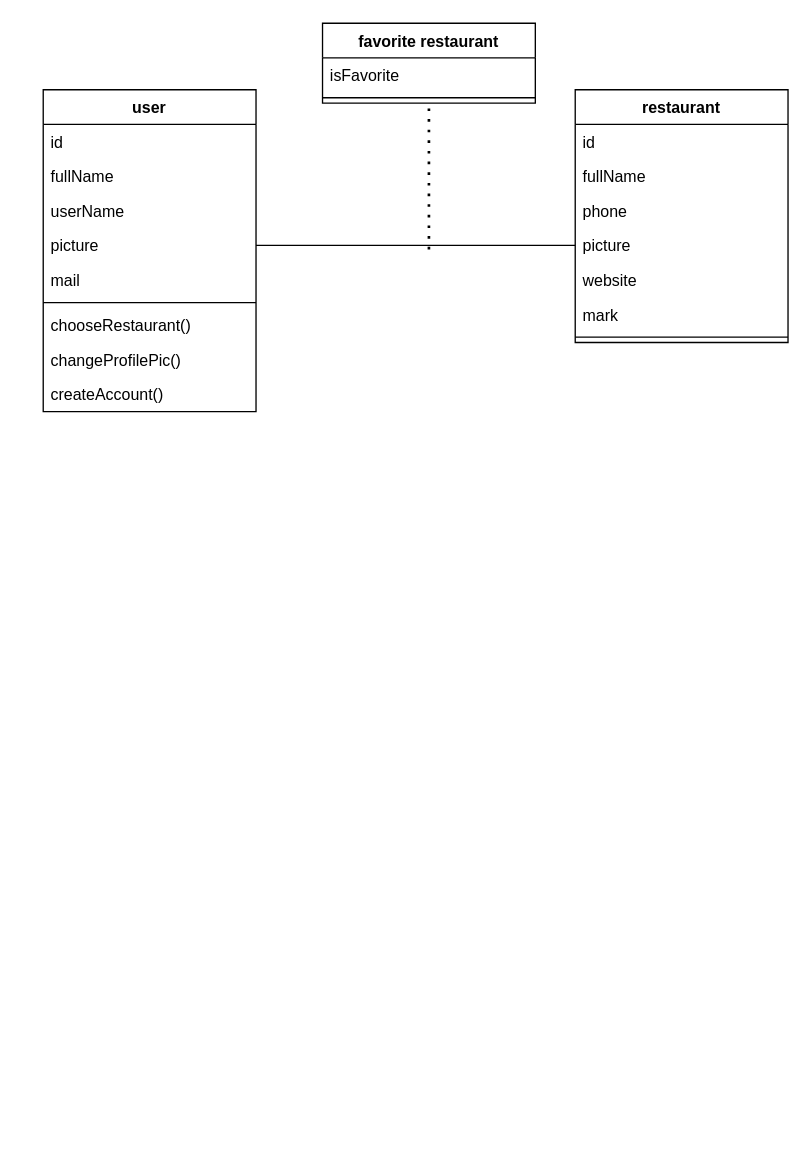
Above: diagram.drawio in YohannBe/GO4LUNCH (draw.io), before the change. Source tidied: cells renumbered, new cells numbered last; positions are measured from the earlier drawing's top-left corner, leaving out a move shared by most shapes. Both pictures are drawn from the tidied source at 133%, with x=0, y=0 at pixel (43, 23).
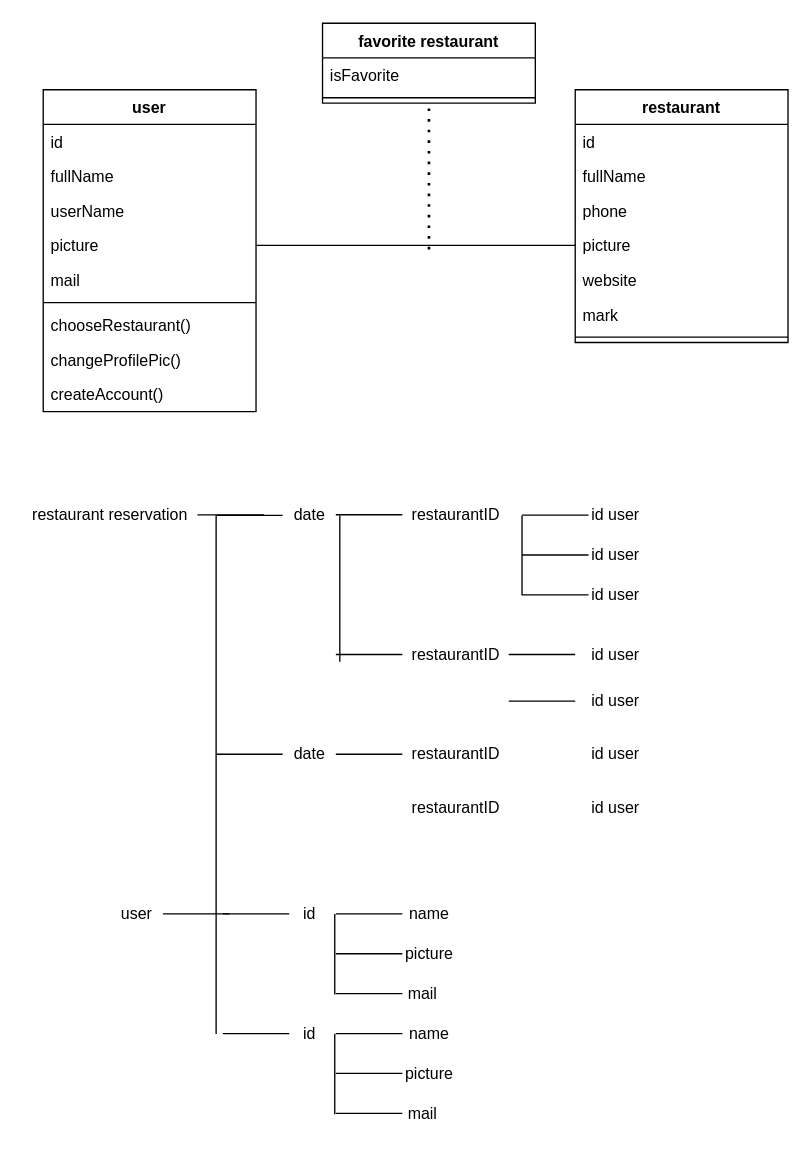
After the change.

What changed in the source:
```diff
@@
+    <mxCell id="25" value="restaurant reservation" style="text;html=1;align=center;verticalAlign=middle;strokeColor=none;" parent="1" vertex="1">
+      <mxGeometry x="-15" y="360" width="130" height="20" as="geometry" />
+    </mxCell>
+    <mxCell id="26" value="date" style="text;html=1;align=center;verticalAlign=middle;points=[];strokeColor=none;" parent="1" vertex="1">
+      <mxGeometry x="180" y="360" width="40" height="20" as="geometry" />
+    </mxCell>
+    <mxCell id="27" value="restaurantID" style="text;html=1;align=center;verticalAlign=middle;strokeColor=none;" parent="1" vertex="1">
+      <mxGeometry x="270" y="360" width="80" height="20" as="geometry" />
+    </mxCell>
+    <mxCell id="28" value="id user" style="text;html=1;align=center;verticalAlign=middle;strokeColor=none;" parent="1" vertex="1">
+      <mxGeometry x="405" y="360" width="50" height="20" as="geometry" />
+    </mxCell>
+    <mxCell id="29" value="id user" style="text;html=1;align=center;verticalAlign=middle;strokeColor=none;" parent="1" vertex="1">
+      <mxGeometry x="405" y="390" width="50" height="20" as="geometry" />
+    </mxCell>
+    <mxCell id="30" value="id user" style="text;html=1;align=center;verticalAlign=middle;strokeColor=none;" parent="1" vertex="1">
+      <mxGeometry x="405" y="420" width="50" height="20" as="geometry" />
+    </mxCell>
+    <mxCell id="31" value="restaurantID" style="text;html=1;align=center;verticalAlign=middle;strokeColor=none;" parent="1" vertex="1">
+      <mxGeometry x="270" y="465" width="80" height="20" as="geometry" />
+    </mxCell>
+    <mxCell id="32" value="id user" style="text;html=1;align=center;verticalAlign=middle;strokeColor=none;" parent="1" vertex="1">
+      <mxGeometry x="405" y="465" width="50" height="20" as="geometry" />
+    </mxCell>
+    <mxCell id="33" value="id user" style="text;html=1;align=center;verticalAlign=middle;strokeColor=none;" parent="1" vertex="1">
+      <mxGeometry x="405" y="500" width="50" height="20" as="geometry" />
+    </mxCell>
+    <mxCell id="34" value="date" style="text;html=1;align=center;verticalAlign=middle;strokeColor=none;" parent="1" vertex="1">
+      <mxGeometry x="180" y="540" width="40" height="20" as="geometry" />
+    </mxCell>
+    <mxCell id="35" value="restaurantID" style="text;html=1;align=center;verticalAlign=middle;strokeColor=none;" parent="1" vertex="1">
+      <mxGeometry x="270" y="540" width="80" height="20" as="geometry" />
+    </mxCell>
+    <mxCell id="36" value="id user" style="text;html=1;align=center;verticalAlign=middle;strokeColor=none;" parent="1" vertex="1">
+      <mxGeometry x="405" y="540" width="50" height="20" as="geometry" />
+    </mxCell>
+    <mxCell id="37" value="restaurantID" style="text;html=1;align=center;verticalAlign=middle;strokeColor=none;" parent="1" vertex="1">
+      <mxGeometry x="270" y="580" width="80" height="20" as="geometry" />
+    </mxCell>
+    <mxCell id="38" value="id user" style="text;html=1;align=center;verticalAlign=middle;strokeColor=none;" parent="1" vertex="1">
+      <mxGeometry x="405" y="580" width="50" height="20" as="geometry" />
+    </mxCell>
+    <mxCell id="39" value="user" style="text;html=1;align=center;verticalAlign=middle;strokeColor=none;" parent="1" vertex="1">
+      <mxGeometry x="50" y="660" width="40" height="20" as="geometry" />
+    </mxCell>
+    <mxCell id="40" style="endArrow=none;html=1;" parent="1" edge="1" source="26">
+      <mxGeometry relative="1" as="geometry">
+        <mxPoint x="130" y="370" as="targetPoint" />
+      </mxGeometry>
+    </mxCell>
+    <mxCell id="41" style="endArrow=none;html=1;" parent="1" edge="1">
+      <mxGeometry relative="1" as="geometry">
+        <mxPoint x="270" y="369.5" as="sourcePoint" />
+        <mxPoint x="220" y="369.5" as="targetPoint" />
+      </mxGeometry>
+    </mxCell>
+    <mxCell id="42" style="endArrow=none;html=1;" parent="1" edge="1">
+      <mxGeometry relative="1" as="geometry">
+        <mxPoint x="410" y="369.8" as="sourcePoint" />
+        <mxPoint x="360" y="369.8" as="targetPoint" />
+      </mxGeometry>
+    </mxCell>
+    <mxCell id="43" style="endArrow=none;html=1;" parent="1" edge="1">
+      <mxGeometry relative="1" as="geometry">
+        <mxPoint x="360" y="430" as="sourcePoint" />
+        <mxPoint x="360" y="370" as="targetPoint" />
+      </mxGeometry>
+    </mxCell>
+    <mxCell id="44" style="endArrow=none;html=1;" parent="1" edge="1">
+      <mxGeometry relative="1" as="geometry">
+        <mxPoint x="410" y="399.8" as="sourcePoint" />
+        <mxPoint x="360" y="399.8" as="targetPoint" />
+      </mxGeometry>
+    </mxCell>
+    <mxCell id="45" style="endArrow=none;html=1;" parent="1" edge="1">
+      <mxGeometry relative="1" as="geometry">
+        <mxPoint x="410" y="429.8" as="sourcePoint" />
+        <mxPoint x="360" y="429.8" as="targetPoint" />
+      </mxGeometry>
+    </mxCell>
+    <mxCell id="46" style="endArrow=none;html=1;" parent="1" edge="1">
+      <mxGeometry relative="1" as="geometry">
+        <mxPoint x="130" y="760" as="sourcePoint" />
+        <mxPoint x="130" y="370" as="targetPoint" />
+      </mxGeometry>
+    </mxCell>
+    <mxCell id="47" style="endArrow=none;html=1;" parent="1" edge="1">
+      <mxGeometry relative="1" as="geometry">
+        <mxPoint x="180" y="549.6" as="sourcePoint" />
+        <mxPoint x="130" y="549.6" as="targetPoint" />
+      </mxGeometry>
+    </mxCell>
+    <mxCell id="48" style="endArrow=none;html=1;" parent="1" edge="1">
+      <mxGeometry relative="1" as="geometry">
+        <mxPoint x="270" y="549.6" as="sourcePoint" />
+        <mxPoint x="220" y="549.6" as="targetPoint" />
+      </mxGeometry>
+    </mxCell>
+    <mxCell id="49" style="endArrow=none;html=1;entryX=1.075;entryY=0.508;entryDx=0;entryDy=0;entryPerimeter=0;" parent="1" edge="1" target="26">
+      <mxGeometry relative="1" as="geometry">
+        <mxPoint x="223" y="480" as="sourcePoint" />
+      </mxGeometry>
+    </mxCell>
+    <mxCell id="50" style="endArrow=none;html=1;" parent="1" edge="1">
+      <mxGeometry relative="1" as="geometry">
+        <mxPoint x="270" y="474.6" as="sourcePoint" />
+        <mxPoint x="220" y="474.6" as="targetPoint" />
+      </mxGeometry>
+    </mxCell>
+    <mxCell id="51" style="endArrow=none;html=1;" parent="1" edge="1">
+      <mxGeometry relative="1" as="geometry">
+        <mxPoint x="400" y="474.6" as="sourcePoint" />
+        <mxPoint x="350" y="474.6" as="targetPoint" />
+      </mxGeometry>
+    </mxCell>
+    <mxCell id="52" style="endArrow=none;html=1;" parent="1" edge="1">
+      <mxGeometry relative="1" as="geometry">
+        <mxPoint x="400" y="509.6" as="sourcePoint" />
+        <mxPoint x="350" y="509.6" as="targetPoint" />
+      </mxGeometry>
+    </mxCell>
+    <mxCell id="53" value="id" style="text;html=1;align=center;verticalAlign=middle;strokeColor=none;" parent="1" vertex="1">
+      <mxGeometry x="185" y="660" width="30" height="20" as="geometry" />
+    </mxCell>
+    <mxCell id="54" value="id" style="text;html=1;align=center;verticalAlign=middle;strokeColor=none;" parent="1" vertex="1">
+      <mxGeometry x="185" y="750" width="30" height="20" as="geometry" />
+    </mxCell>
+    <mxCell id="55" value="name" style="text;html=1;align=center;verticalAlign=middle;strokeColor=none;" parent="1" vertex="1">
+      <mxGeometry x="265" y="660" width="50" height="20" as="geometry" />
+    </mxCell>
+    <mxCell id="56" value="picture" style="text;html=1;align=center;verticalAlign=middle;strokeColor=none;" parent="1" vertex="1">
+      <mxGeometry x="265" y="690" width="50" height="20" as="geometry" />
+    </mxCell>
+    <mxCell id="57" value="mail" style="text;html=1;align=center;verticalAlign=middle;strokeColor=none;" parent="1" vertex="1">
+      <mxGeometry x="265" y="720" width="40" height="20" as="geometry" />
+    </mxCell>
+    <mxCell id="58" value="name" style="text;html=1;align=center;verticalAlign=middle;strokeColor=none;" parent="1" vertex="1">
+      <mxGeometry x="265" y="750" width="50" height="20" as="geometry" />
+    </mxCell>
+    <mxCell id="59" value="picture" style="text;html=1;align=center;verticalAlign=middle;strokeColor=none;" parent="1" vertex="1">
+      <mxGeometry x="265" y="780" width="50" height="20" as="geometry" />
+    </mxCell>
+    <mxCell id="60" value="mail" style="text;html=1;align=center;verticalAlign=middle;strokeColor=none;" parent="1" vertex="1">
+      <mxGeometry x="265" y="810" width="40" height="20" as="geometry" />
+    </mxCell>
+    <mxCell id="61" style="endArrow=none;html=1;" parent="1" edge="1">
+      <mxGeometry relative="1" as="geometry">
+        <mxPoint x="185" y="669.6" as="sourcePoint" />
+        <mxPoint x="135" y="669.6" as="targetPoint" />
+      </mxGeometry>
+    </mxCell>
+    <mxCell id="62" style="endArrow=none;html=1;" parent="1" edge="1">
+      <mxGeometry relative="1" as="geometry">
+        <mxPoint x="185" y="759.6" as="sourcePoint" />
+        <mxPoint x="135" y="759.6" as="targetPoint" />
+      </mxGeometry>
+    </mxCell>
+    <mxCell id="63" style="endArrow=none;html=1;" parent="1" edge="1">
+      <mxGeometry relative="1" as="geometry">
+        <mxPoint x="270" y="669.6" as="sourcePoint" />
+        <mxPoint x="220" y="669.6" as="targetPoint" />
+      </mxGeometry>
+    </mxCell>
+    <mxCell id="64" style="endArrow=none;html=1;" parent="1" edge="1">
+      <mxGeometry relative="1" as="geometry">
+        <mxPoint x="270" y="699.6" as="sourcePoint" />
+        <mxPoint x="220" y="699.6" as="targetPoint" />
+      </mxGeometry>
+    </mxCell>
+    <mxCell id="65" style="endArrow=none;html=1;" parent="1" edge="1">
+      <mxGeometry relative="1" as="geometry">
+        <mxPoint x="270" y="729.6" as="sourcePoint" />
+        <mxPoint x="220" y="729.6" as="targetPoint" />
+      </mxGeometry>
+    </mxCell>
+    <mxCell id="66" style="endArrow=none;html=1;" parent="1" edge="1">
+      <mxGeometry relative="1" as="geometry">
+        <mxPoint x="270" y="759.6" as="sourcePoint" />
+        <mxPoint x="220" y="759.6" as="targetPoint" />
+      </mxGeometry>
+    </mxCell>
+    <mxCell id="67" style="endArrow=none;html=1;" parent="1" edge="1">
+      <mxGeometry relative="1" as="geometry">
+        <mxPoint x="270" y="789.6" as="sourcePoint" />
+        <mxPoint x="220" y="789.6" as="targetPoint" />
+      </mxGeometry>
+    </mxCell>
+    <mxCell id="68" style="endArrow=none;html=1;" parent="1" edge="1">
+      <mxGeometry relative="1" as="geometry">
+        <mxPoint x="270" y="819.6" as="sourcePoint" />
+        <mxPoint x="220" y="819.6" as="targetPoint" />
+      </mxGeometry>
+    </mxCell>
+    <mxCell id="69" style="endArrow=none;html=1;" parent="1" edge="1">
+      <mxGeometry relative="1" as="geometry">
+        <mxPoint x="219.2" y="730.2" as="sourcePoint" />
+        <mxPoint x="219.2" y="669.8" as="targetPoint" />
+      </mxGeometry>
+    </mxCell>
+    <mxCell id="70" style="endArrow=none;html=1;" parent="1" edge="1">
+      <mxGeometry relative="1" as="geometry">
+        <mxPoint x="219.2" y="820.2" as="sourcePoint" />
+        <mxPoint x="219.2" y="759.8" as="targetPoint" />
+      </mxGeometry>
+    </mxCell>
+    <mxCell id="71" style="endArrow=none;html=1;" parent="1" edge="1">
+      <mxGeometry relative="1" as="geometry">
+        <mxPoint x="166" y="369.6" as="sourcePoint" />
+        <mxPoint x="116" y="369.6" as="targetPoint" />
+      </mxGeometry>
+    </mxCell>
+    <mxCell id="72" style="endArrow=none;html=1;" parent="1" edge="1">
+      <mxGeometry relative="1" as="geometry">
+        <mxPoint x="140" y="669.6" as="sourcePoint" />
+        <mxPoint x="90" y="669.6" as="targetPoint" />
+      </mxGeometry>
+    </mxCell>
```
